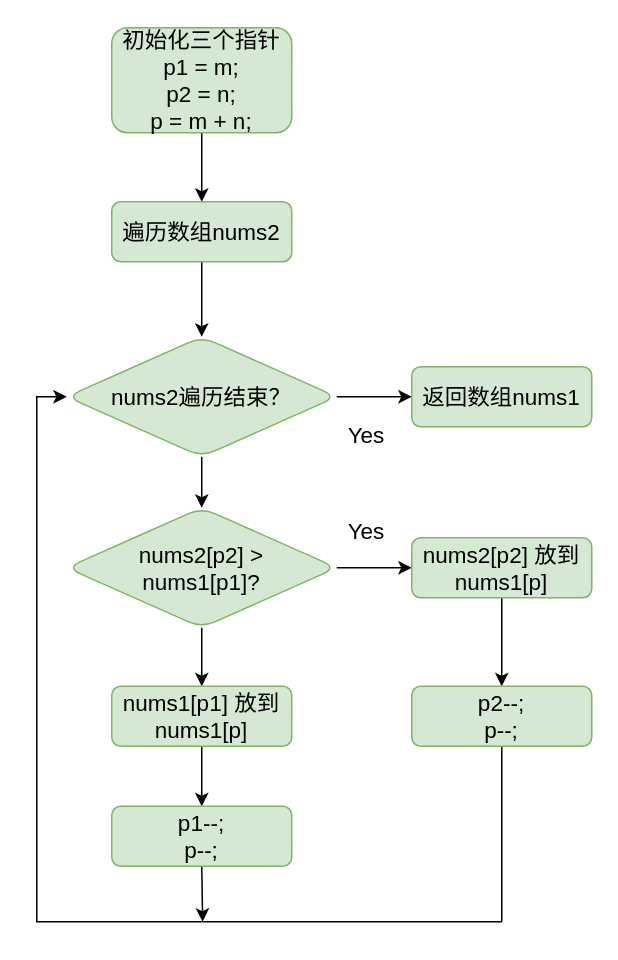
This is page "合并两个有序数组" (3 of 4) of 20220506.drawio from HonyoLAN/telmy, a draw.io file, before an edit. Source tidied: cells renumbered, new cells numbered last; positions are measured from the earlier drawing's top-left corner, leaving out a move shared by most shapes. Both pictures are drawn from the tidied source at 150%, with x=0, y=0 at pixel (36, 27).
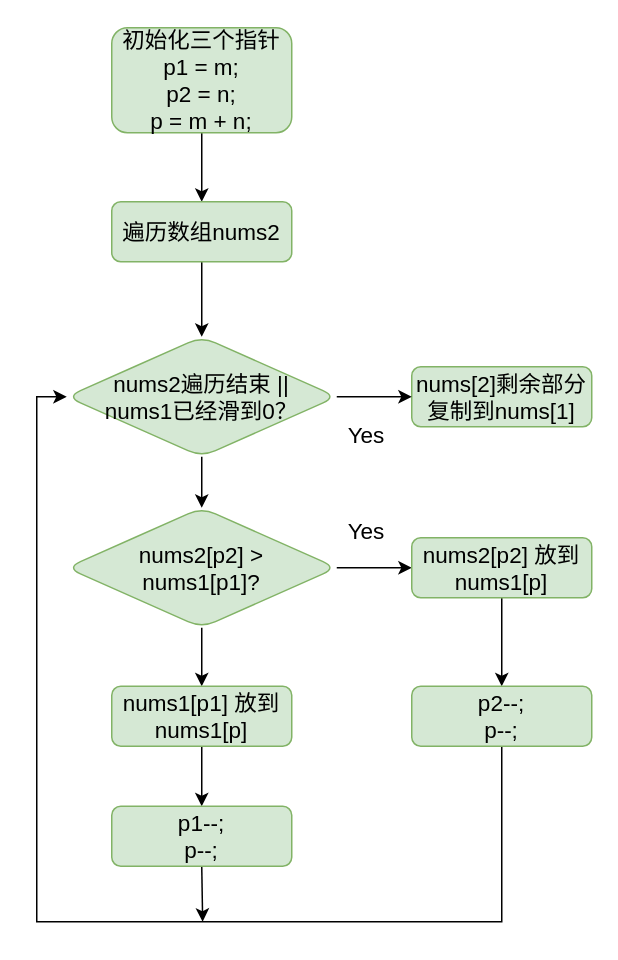
The same diagram, later.

The edit, as a diff of the source:
```diff
@@
-    <mxCell id="4" value="返回数组nums1" style="rounded=1;whiteSpace=wrap;html=1;fontSize=15;fillColor=#d5e8d4;strokeColor=#82b366;" parent="1" vertex="1">
+    <mxCell id="4" value="nums[2]剩余部分复制到nums[1]" style="rounded=1;whiteSpace=wrap;html=1;fontSize=15;fillColor=#d5e8d4;strokeColor=#82b366;" parent="1" vertex="1">
       <mxGeometry x="250" y="226" width="120" height="40" as="geometry" />
     </mxCell>
@@
-    <mxCell id="7" value="nums2遍历结束？" style="rhombus;whiteSpace=wrap;html=1;fontSize=15;fillColor=#d5e8d4;strokeColor=#82b366;rounded=1;" parent="1" vertex="1">
+    <mxCell id="7" value="nums2遍历结束 || &lt;br&gt;nums1已经滑到0？" style="rhombus;whiteSpace=wrap;html=1;fontSize=15;fillColor=#d5e8d4;strokeColor=#82b366;rounded=1;" parent="1" vertex="1">
       <mxGeometry x="20" y="206" width="180" height="80" as="geometry" />
     </mxCell>
```
